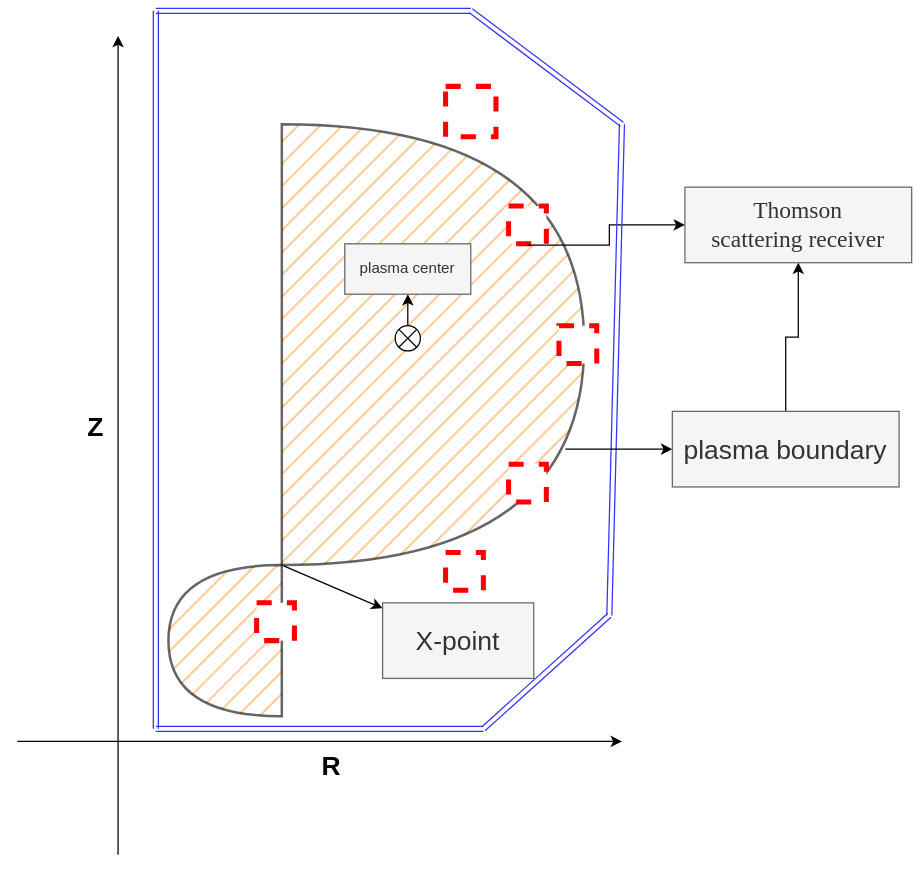
This is shape.svg from Harry1910356/paizhao, a draw.io export, as it was before one commit. Source tidied: cells renumbered, new cells last; positions are measured from the earlier drawing's top-left corner, leaving out a move shared by most shapes.
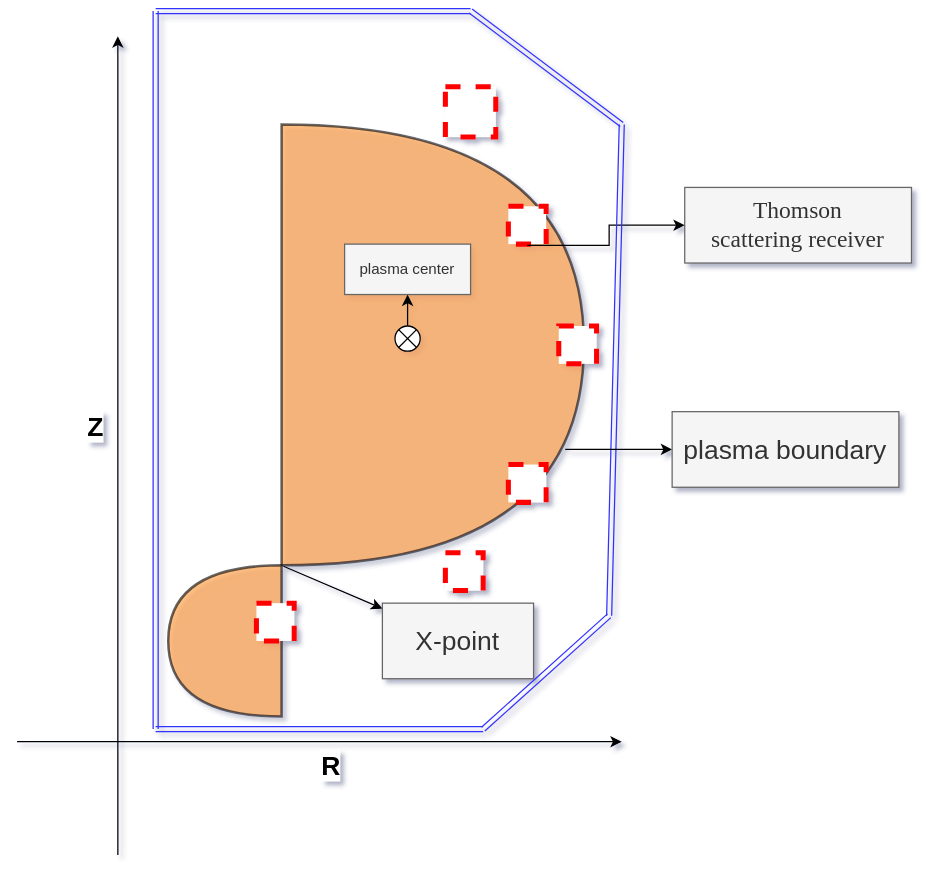
After the change.

Change to the diagram source:
```diff
@@ -1,11 +1,11 @@
-<mxGraphModel>
+<mxGraphModel background="#ffffff">
   <root>
     <mxCell id="0" />
     <mxCell id="1" parent="0" />
-    <mxCell id="2" style="shape=or;whiteSpace=wrap;html=1;fillColor=#FF9933;fillStyle=hatch;opacity=60;strokeWidth=2;" parent="1" vertex="1">
+    <mxCell id="2" style="shape=or;whiteSpace=wrap;html=1;fillColor=#FF9933;fillStyle=auto;opacity=60;strokeWidth=2;" parent="1" vertex="1">
       <mxGeometry x="210" y="90" width="240" height="350" as="geometry" />
     </mxCell>
-    <mxCell id="3" style="shape=or;whiteSpace=wrap;html=1;rotation=-180;fillColor=#FF9933;fillStyle=hatch;opacity=60;strokeWidth=2;" parent="1" vertex="1">
+    <mxCell id="3" style="shape=or;whiteSpace=wrap;html=1;rotation=-180;fillColor=#FF9933;fillStyle=auto;opacity=60;strokeWidth=2;" parent="1" vertex="1">
       <mxGeometry x="120" y="440" width="90" height="120" as="geometry" />
     </mxCell>
     <mxCell id="4" style="whiteSpace=wrap;html=1;dashed=1;strokeWidth=4;perimeterSpacing=1;strokeColor=#FF0000;" parent="1" vertex="1">
@@ -88,26 +88,23 @@
         <mxPoint x="480" y="90" as="targetPoint" />
       </mxGeometry>
     </mxCell>
-    <mxCell id="21" style="endArrow=classic;html=1;rounded=0;exitX=0.938;exitY=0.737;exitDx=0;exitDy=0;exitPerimeter=0;" parent="1" edge="1" source="2" target="23">
+    <mxCell id="21" style="endArrow=classic;html=1;rounded=0;exitX=0.938;exitY=0.737;exitDx=0;exitDy=0;exitPerimeter=0;" parent="1" edge="1" source="2" target="22">
       <mxGeometry relative="1" as="geometry" />
     </mxCell>
-    <mxCell id="22" style="edgeStyle=orthogonalEdgeStyle;rounded=0;jettySize=auto;html=1;" parent="1" edge="1" source="23" target="11">
-      <mxGeometry relative="1" as="geometry" />
+    <mxCell id="22" value="&lt;font style=&quot;font-size: 21px;&quot;&gt;plasma boundary&lt;/font&gt;" style="rounded=0;whiteSpace=wrap;html=1;fillColor=#f5f5f5;strokeColor=#666666;fontColor=#333333;" parent="1" vertex="1">
+      <mxGeometry x="520" y="318" width="180" height="60" as="geometry" />
     </mxCell>
-    <mxCell id="23" value="&lt;font style=&quot;font-size: 21px;&quot;&gt;plasma boundary&lt;/font&gt;" style="rounded=0;whiteSpace=wrap;html=1;fillColor=#f5f5f5;strokeColor=#666666;fontColor=#333333;" parent="1" vertex="1">
-      <mxGeometry x="520" y="318" width="180" height="60" as="geometry" />
+    <mxCell id="23" style="edgeStyle=orthogonalEdgeStyle;rounded=0;jettySize=auto;html=1;entryX=0.5;entryY=1;entryDx=0;entryDy=0;" parent="1" edge="1" source="24" target="25">
+      <mxGeometry relative="1" as="geometry" />
     </mxCell>
-    <mxCell id="24" style="edgeStyle=orthogonalEdgeStyle;rounded=0;jettySize=auto;html=1;entryX=0.5;entryY=1;entryDx=0;entryDy=0;" parent="1" edge="1" source="25" target="26">
-      <mxGeometry relative="1" as="geometry" />
+    <mxCell id="24" style="shape=sumEllipse;perimeter=ellipsePerimeter;whiteSpace=wrap;html=1;backgroundOutline=1;" parent="1" vertex="1">
+      <mxGeometry x="300" y="250" width="20" height="20" as="geometry" />
     </mxCell>
-    <mxCell id="25" style="shape=sumEllipse;perimeter=ellipsePerimeter;whiteSpace=wrap;html=1;backgroundOutline=1;" parent="1" vertex="1">
-      <mxGeometry x="300" y="250" width="20" height="20" as="geometry" />
+    <mxCell id="25" value="plasma center" style="rounded=0;whiteSpace=wrap;html=1;fillColor=#f5f5f5;strokeColor=#666666;fontColor=#333333;" parent="1" vertex="1">
+      <mxGeometry x="260" y="185" width="100" height="40" as="geometry" />
     </mxCell>
-    <mxCell id="26" value="plasma center" style="rounded=0;whiteSpace=wrap;html=1;fillColor=#f5f5f5;strokeColor=#666666;fontColor=#333333;" parent="1" vertex="1">
-      <mxGeometry x="260" y="185" width="100" height="40" as="geometry" />
+    <mxCell id="26" style="whiteSpace=wrap;html=1;dashed=1;strokeWidth=4;perimeterSpacing=1;strokeColor=#FF0000;" parent="1" vertex="1">
+      <mxGeometry x="390" y="360" width="30" height="30" as="geometry" />
     </mxCell>
-    <mxCell id="27" style="whiteSpace=wrap;html=1;dashed=1;strokeWidth=4;perimeterSpacing=1;strokeColor=#FF0000;" parent="1" vertex="1">
-      <mxGeometry x="390" y="360" width="30" height="30" as="geometry" />
-    </mxCell>
   </root>
 </mxGraphModel>
```
